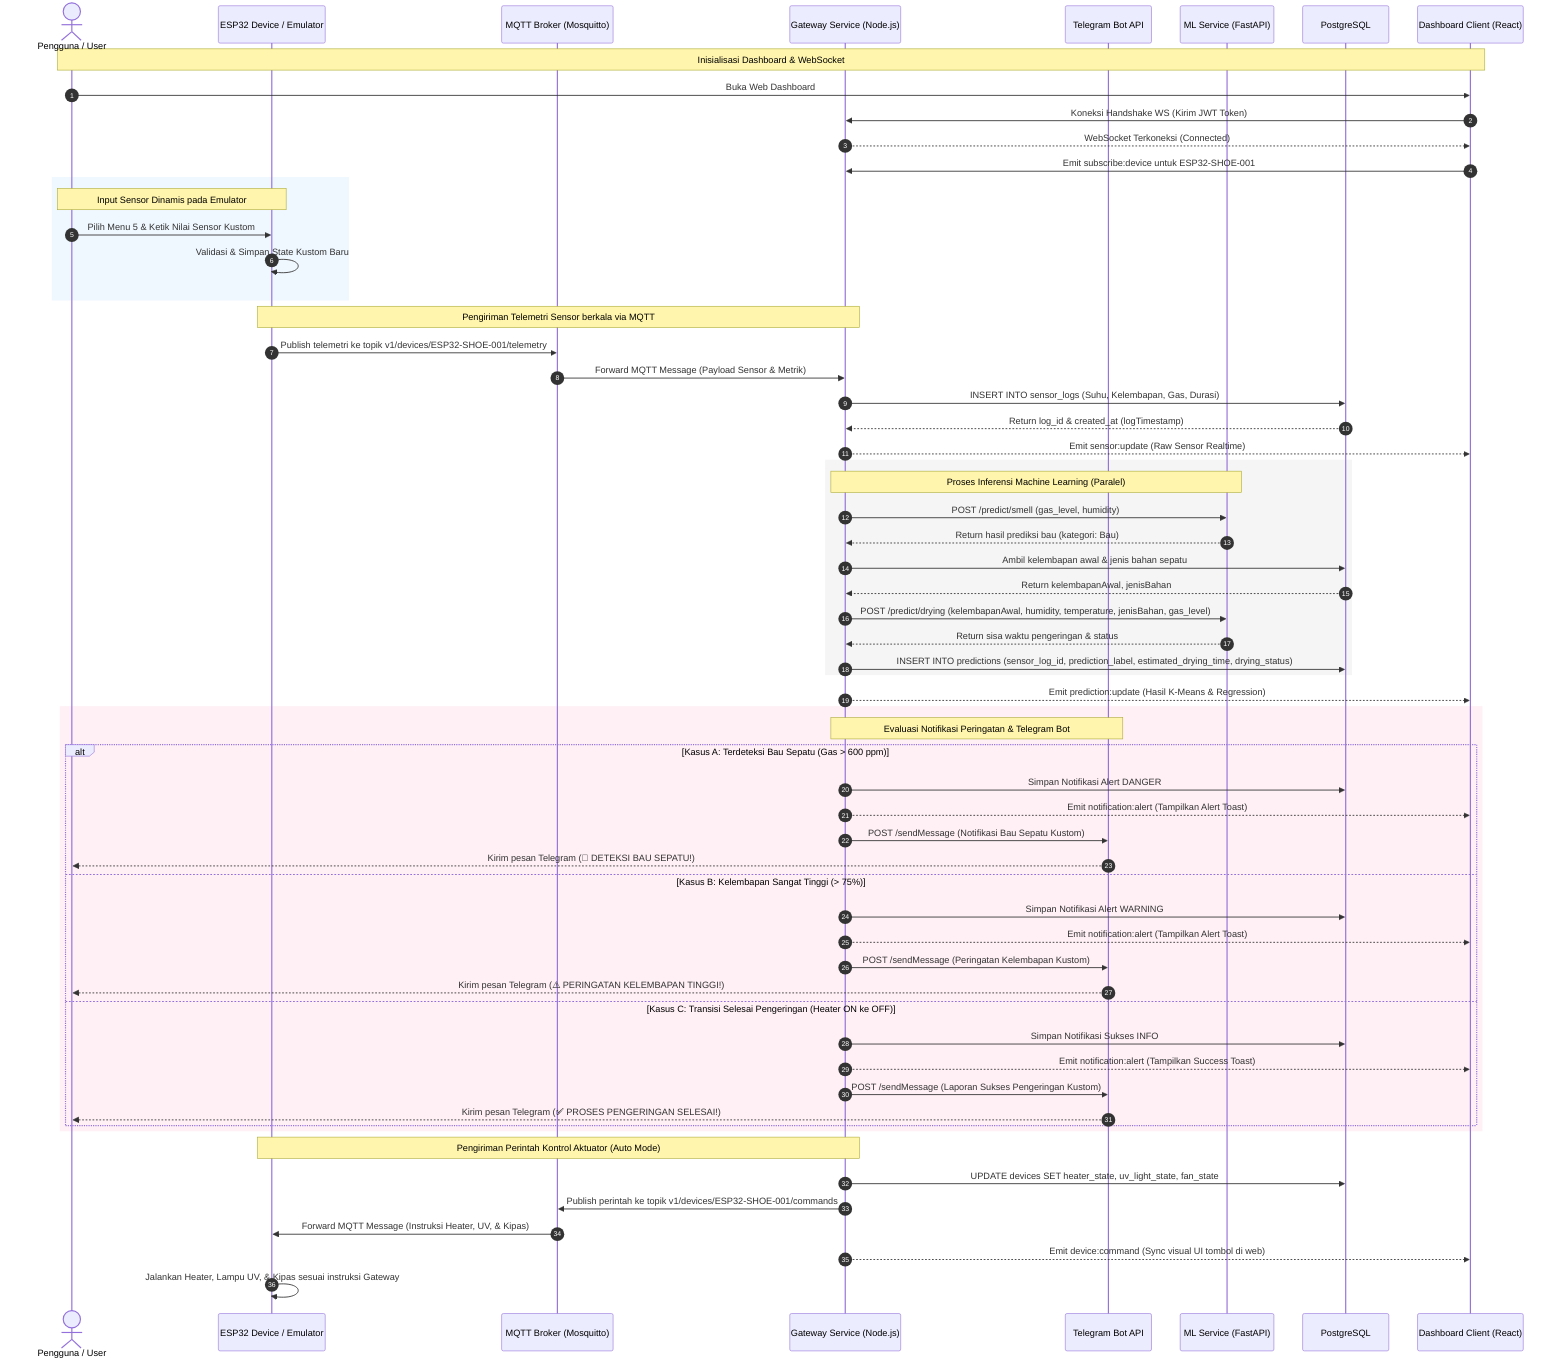
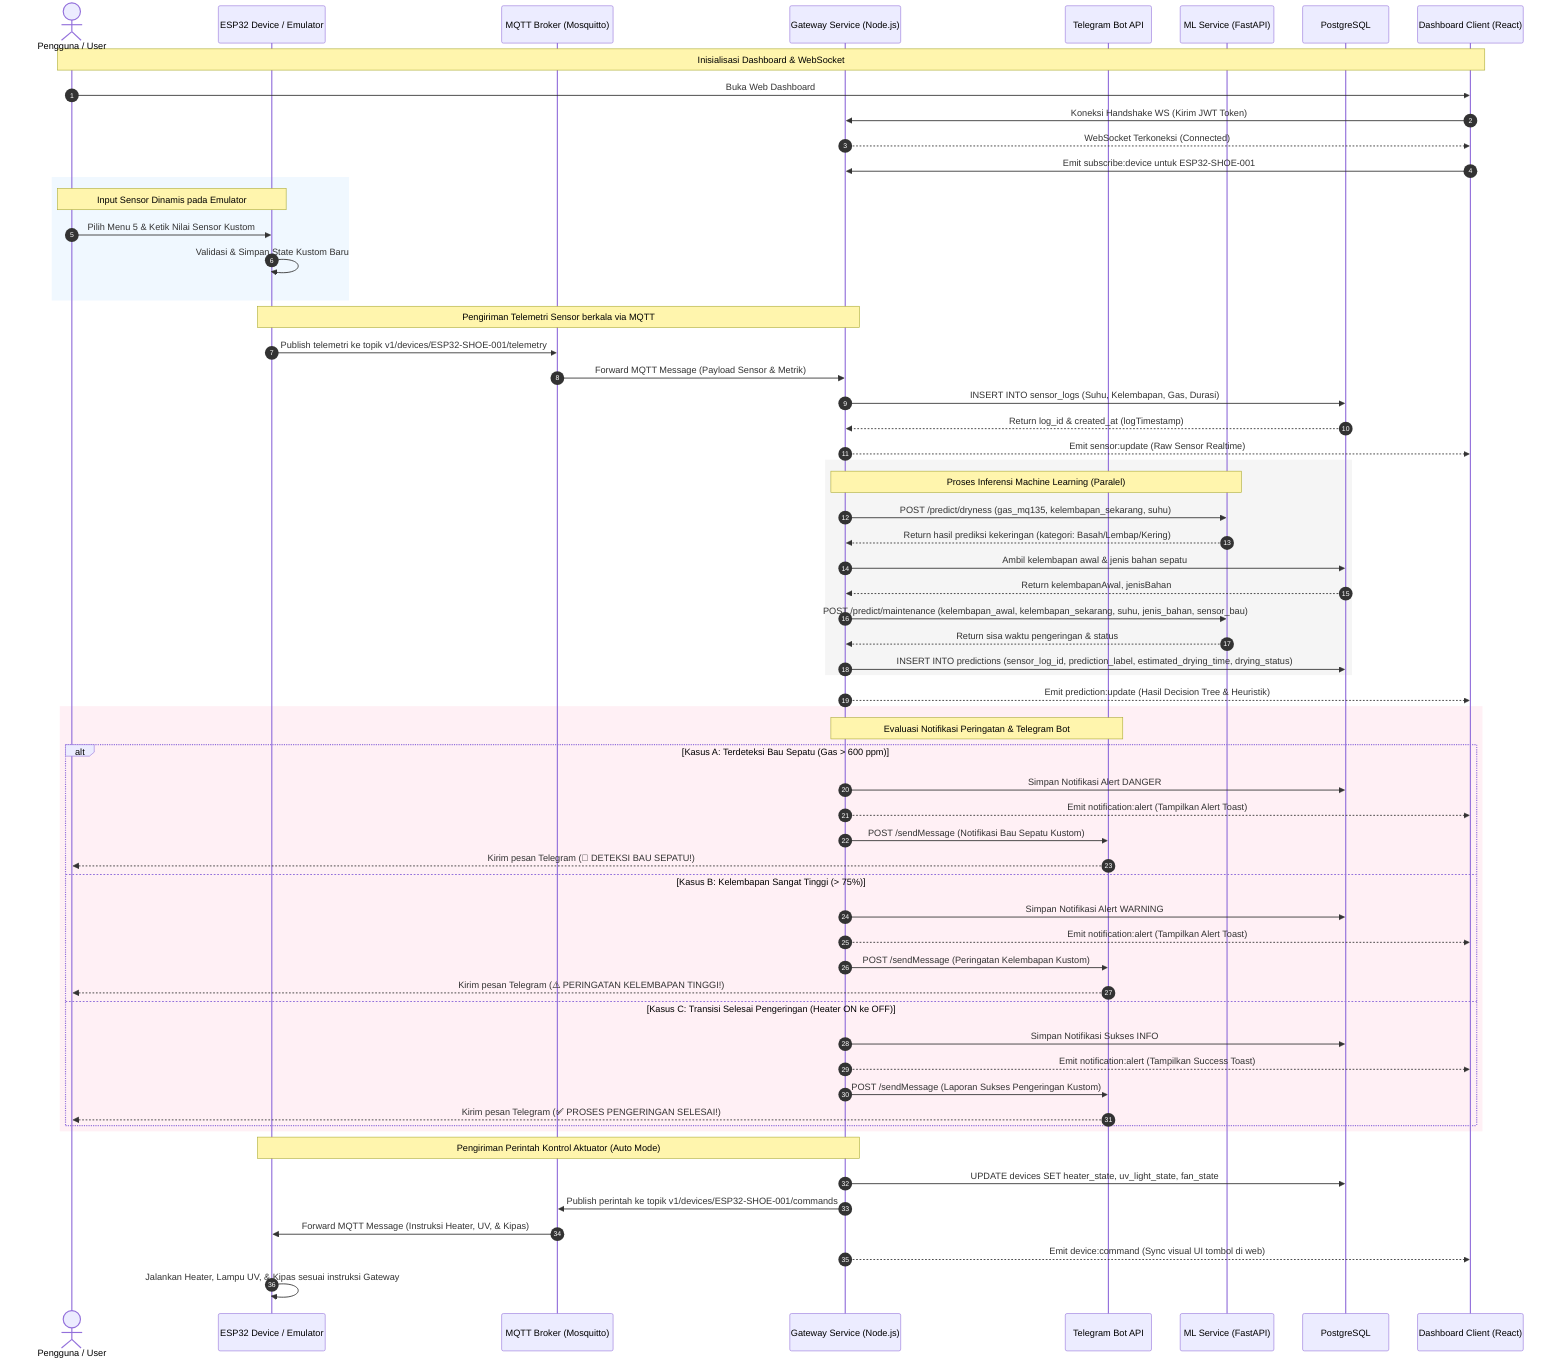
sequenceDiagram
    autonumber
    actor User as Pengguna / User
    participant ESP32 as ESP32 Device / Emulator
    participant Broker as MQTT Broker (Mosquitto)
    participant Gateway as Gateway Service (Node.js)
    participant Telegram as Telegram Bot API
    participant ML as ML Service (FastAPI)
    participant DB as PostgreSQL
    participant Client as Dashboard Client (React)

    %% Koneksi awal
    Note over User, Client: Inisialisasi Dashboard & WebSocket
    User->>Client: Buka Web Dashboard
    Client->>Gateway: Koneksi Handshake WS (Kirim JWT Token)
    Gateway-->>Client: WebSocket Terkoneksi (Connected)
    Client->>Gateway: Emit subscribe:device untuk ESP32-SHOE-001

    %% Input Sensor
    rect rgb(240, 248, 255)
        Note over User, ESP32: Input Sensor Dinamis pada Emulator
        User->>ESP32: Pilih Menu 5 & Ketik Nilai Sensor Kustom
        ESP32->>ESP32: Validasi & Simpan State Kustom Baru
    end

    %% Transmisi MQTT
    Note over ESP32, Gateway: Pengiriman Telemetri Sensor berkala via MQTT
    ESP32->>Broker: Publish telemetri ke topik v1/devices/ESP32-SHOE-001/telemetry
    Broker->>Gateway: Forward MQTT Message (Payload Sensor & Metrik)

    %% Database & WebSocket Raw
    Gateway->>DB: INSERT INTO sensor_logs (Suhu, Kelembapan, Gas, Durasi)
    DB-->>Gateway: Return log_id & created_at (logTimestamp)
    Gateway-->>Client: Emit sensor:update (Raw Sensor Realtime)

    %% ML Processing
    rect rgb(245, 245, 245)
        Note over Gateway, ML: Proses Inferensi Machine Learning (Paralel)
-         Gateway->>ML: POST /predict/smell (gas_level, humidity)
-         ML-->>Gateway: Return hasil prediksi bau (kategori: Bau)
+         Gateway->>ML: POST /predict/dryness (gas_mq135, kelembapan_sekarang, suhu)
+         ML-->>Gateway: Return hasil prediksi kekeringan (kategori: Basah/Lembap/Kering)

        Gateway->>DB: Ambil kelembapan awal & jenis bahan sepatu
        DB-->>Gateway: Return kelembapanAwal, jenisBahan

-         Gateway->>ML: POST /predict/drying (kelembapanAwal, humidity, temperature, jenisBahan, gas_level)
+         Gateway->>ML: POST /predict/maintenance (kelembapan_awal, kelembapan_sekarang, suhu, jenis_bahan, sensor_bau)
        ML-->>Gateway: Return sisa waktu pengeringan & status

        Gateway->>DB: INSERT INTO predictions (sensor_log_id, prediction_label, estimated_drying_time, drying_status)
    end

-     Gateway-->>Client: Emit prediction:update (Hasil K-Means & Regression)
+     Gateway-->>Client: Emit prediction:update (Hasil Decision Tree & Heuristik)

    %% Notifikasi & Telegram Bot
    rect rgb(255, 240, 245)
        Note over Gateway, Telegram: Evaluasi Notifikasi Peringatan & Telegram Bot

        alt Kasus A: Terdeteksi Bau Sepatu (Gas > 600 ppm)
            Gateway->>DB: Simpan Notifikasi Alert DANGER
            Gateway-->>Client: Emit notification:alert (Tampilkan Alert Toast)
            Gateway->>Telegram: POST /sendMessage (Notifikasi Bau Sepatu Kustom)
            Telegram-->>User: Kirim pesan Telegram (🚨 DETEKSI BAU SEPATU!)

        else Kasus B: Kelembapan Sangat Tinggi (> 75%)
            Gateway->>DB: Simpan Notifikasi Alert WARNING
            Gateway-->>Client: Emit notification:alert (Tampilkan Alert Toast)
            Gateway->>Telegram: POST /sendMessage (Peringatan Kelembapan Kustom)
            Telegram-->>User: Kirim pesan Telegram (⚠️ PERINGATAN KELEMBAPAN TINGGI!)

        else Kasus C: Transisi Selesai Pengeringan (Heater ON ke OFF)
            Gateway->>DB: Simpan Notifikasi Sukses INFO
            Gateway-->>Client: Emit notification:alert (Tampilkan Success Toast)
            Gateway->>Telegram: POST /sendMessage (Laporan Sukses Pengeringan Kustom)
            Telegram-->>User: Kirim pesan Telegram (✅ PROSES PENGERINGAN SELESAI!)
        end
    end

    %% Perintah Balik Actuator
    Note over Gateway, ESP32: Pengiriman Perintah Kontrol Aktuator (Auto Mode)
    Gateway->>DB: UPDATE devices SET heater_state, uv_light_state, fan_state
    Gateway->>Broker: Publish perintah ke topik v1/devices/ESP32-SHOE-001/commands
    Broker->>ESP32: Forward MQTT Message (Instruksi Heater, UV, & Kipas)
    Gateway-->>Client: Emit device:command (Sync visual UI tombol di web)
    ESP32->>ESP32: Jalankan Heater, Lampu UV, & Kipas sesuai instruksi Gateway
